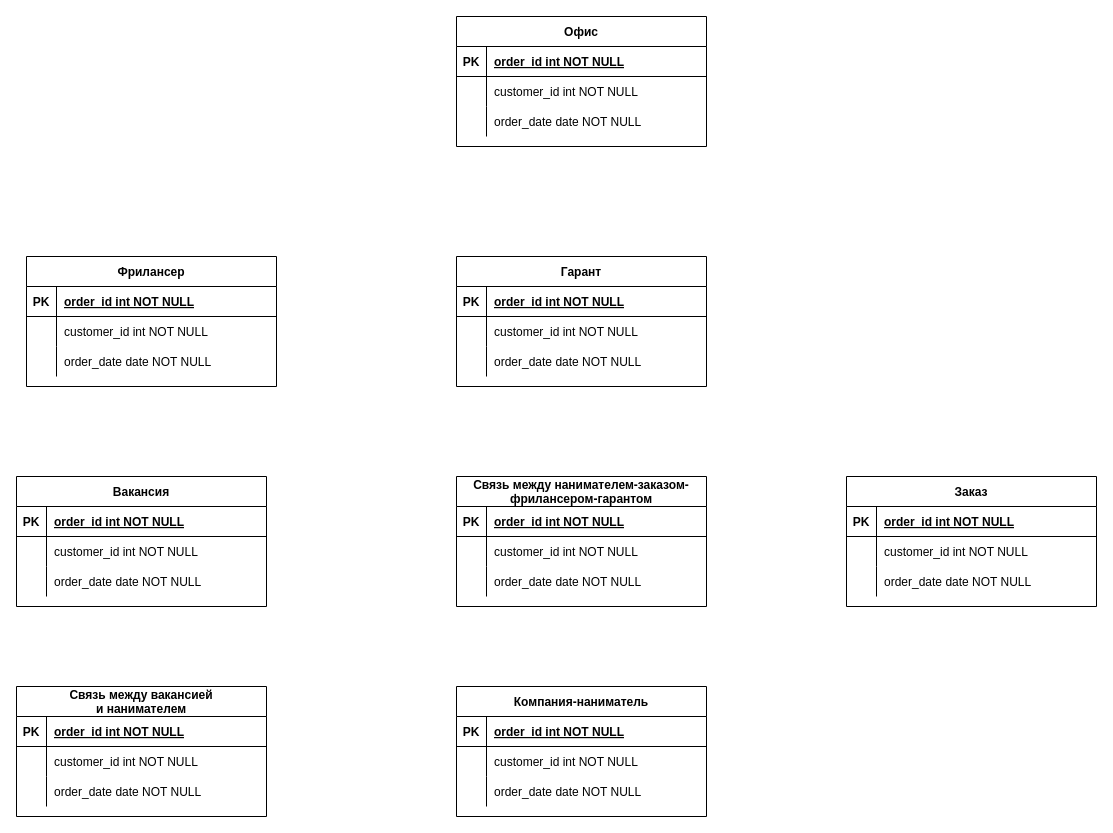
Above: Диаграмма без названия.drawio in jbvcdfhjkjnvccdesszxchiokk/pythonProject (draw.io), before the change. Source tidied: cells renumbered, new cells numbered last; positions are measured from the earlier drawing's top-left corner, leaving out a move shared by most shapes. Both pictures are drawn from the tidied source at 100%, with x=0, y=0 at pixel (16, 16).
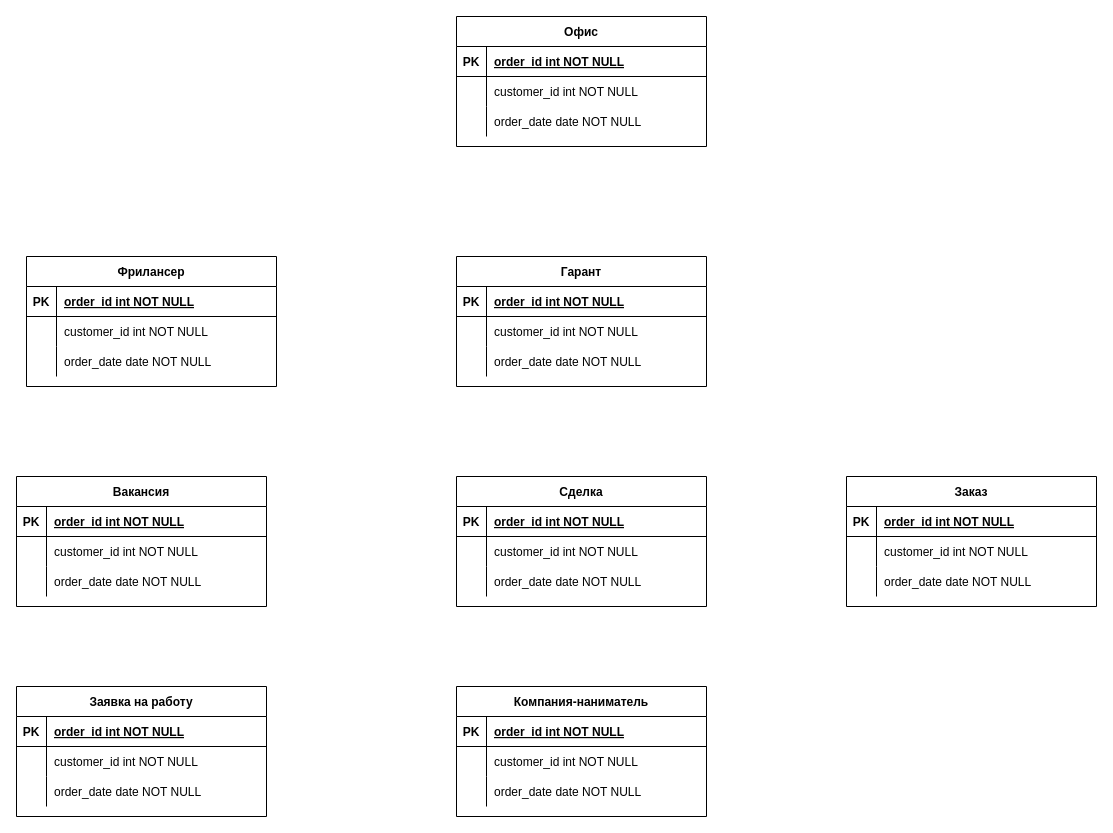
Above is the later version.

The edit, as a diff of the source:
```diff
@@
-    <mxCell id="12" value="Связь между вакансией &#10;и нанимателем" style="shape=table;startSize=30;childLayout=tableLayout;rowLines=0;fontStyle=1;align=center;" parent="1" vertex="1">
+    <mxCell id="12" value="Заявка на работу" style="shape=table;startSize=30;childLayout=tableLayout;rowLines=0;fontStyle=1;align=center;" parent="1" vertex="1">
       <mxGeometry y="670" width="250" height="130" as="geometry" />
     </mxCell>
@@
-    <mxCell id="22" value="Связь между нанимателем-заказом-&#10;фрилансером-гарантом" style="shape=table;startSize=30;childLayout=tableLayout;rowLines=0;fontStyle=1;align=center;" parent="1" vertex="1">
+    <mxCell id="22" value="Сделка" style="shape=table;startSize=30;childLayout=tableLayout;rowLines=0;fontStyle=1;align=center;" parent="1" vertex="1">
       <mxGeometry x="440" y="460" width="250" height="130" as="geometry" />
     </mxCell>
```
